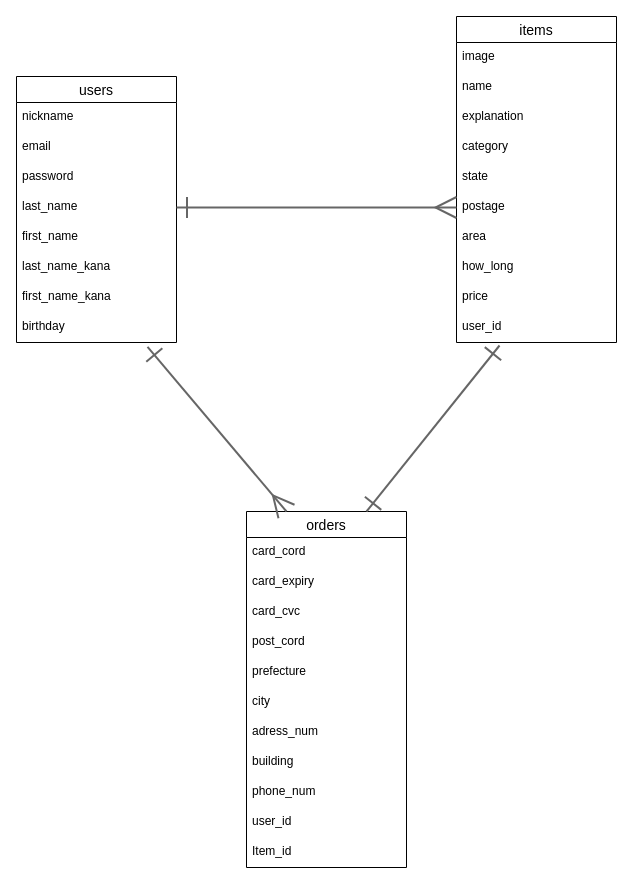
Above: furima.dio in rikookazaki/furima-41582 (draw.io), before the change. Source tidied: cells renumbered, new cells numbered last; positions are measured from the earlier drawing's top-left corner, leaving out a move shared by most shapes. Both pictures are drawn from the tidied source at 100%, with x=0, y=0 at pixel (16, 16).
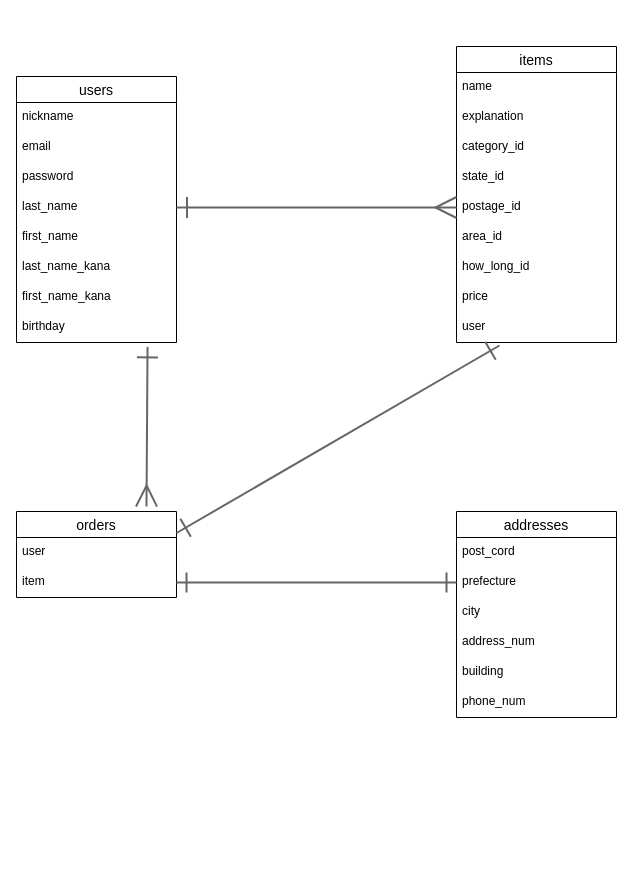
Above is the later version.

Commit message (it also covers changes not shown here):
ER図、README修正1

Unchanged cells that the change refers to:
```xml
<mxCell id="10" value="birthday" style="text;strokeColor=none;fillColor=none;spacingLeft=4;spacingRight=4;overflow=hidden;points=[[0,0.5],[1,0.5]];portConstraint=eastwest;fontSize=12;" parent="2" vertex="1">
  <mxGeometry y="236" width="160" height="30" as="geometry" />
</mxCell>
```

Change to the diagram source:
```diff
@@
     <mxCell id="11" value="items" style="swimlane;fontStyle=0;horizontal=1;startSize=26;align=center;fontSize=14;" parent="1" vertex="1">
-      <mxGeometry x="440" width="160" height="326" as="geometry" />
+      <mxGeometry x="440" y="30" width="160" height="296" as="geometry" />
     </mxCell>
-    <mxCell id="12" value="image" style="text;strokeColor=none;fillColor=none;spacingLeft=4;spacingRight=4;overflow=hidden;fontSize=12;" parent="11" vertex="1">
-      <mxGeometry y="26" width="160" height="30" as="geometry" />
-    </mxCell>
     <mxCell id="13" value="name" style="text;strokeColor=none;fillColor=none;spacingLeft=4;spacingRight=4;overflow=hidden;fontSize=12;" parent="11" vertex="1">
-      <mxGeometry y="56" width="160" height="30" as="geometry" />
+      <mxGeometry y="26" width="160" height="30" as="geometry" />
     </mxCell>
     <mxCell id="14" value="explanation" style="text;strokeColor=none;fillColor=none;spacingLeft=4;spacingRight=4;overflow=hidden;fontSize=12;" parent="11" vertex="1">
-      <mxGeometry y="86" width="160" height="30" as="geometry" />
+      <mxGeometry y="56" width="160" height="30" as="geometry" />
     </mxCell>
-    <mxCell id="15" value="category" style="text;strokeColor=none;fillColor=none;spacingLeft=4;spacingRight=4;overflow=hidden;fontSize=12;" parent="11" vertex="1">
-      <mxGeometry y="116" width="160" height="30" as="geometry" />
+    <mxCell id="15" value="category_id" style="text;strokeColor=none;fillColor=none;spacingLeft=4;spacingRight=4;overflow=hidden;fontSize=12;" parent="11" vertex="1">
+      <mxGeometry y="86" width="160" height="30" as="geometry" />
     </mxCell>
-    <mxCell id="16" value="state" style="text;strokeColor=none;fillColor=none;spacingLeft=4;spacingRight=4;overflow=hidden;fontSize=12;" parent="11" vertex="1">
-      <mxGeometry y="146" width="160" height="30" as="geometry" />
+    <mxCell id="16" value="state_id" style="text;strokeColor=none;fillColor=none;spacingLeft=4;spacingRight=4;overflow=hidden;fontSize=12;" parent="11" vertex="1">
+      <mxGeometry y="116" width="160" height="30" as="geometry" />
     </mxCell>
-    <mxCell id="17" value="postage" style="text;strokeColor=none;fillColor=none;spacingLeft=4;spacingRight=4;overflow=hidden;points=[[0,0.5],[1,0.5]];portConstraint=eastwest;fontSize=12;" parent="11" vertex="1">
-      <mxGeometry y="176" width="160" height="30" as="geometry" />
+    <mxCell id="17" value="postage_id" style="text;strokeColor=none;fillColor=none;spacingLeft=4;spacingRight=4;overflow=hidden;points=[[0,0.5],[1,0.5]];portConstraint=eastwest;fontSize=12;" parent="11" vertex="1">
+      <mxGeometry y="146" width="160" height="30" as="geometry" />
     </mxCell>
-    <mxCell id="18" value="area" style="text;strokeColor=none;fillColor=none;spacingLeft=4;spacingRight=4;overflow=hidden;fontSize=12;" parent="11" vertex="1">
-      <mxGeometry y="206" width="160" height="30" as="geometry" />
+    <mxCell id="18" value="area_id" style="text;strokeColor=none;fillColor=none;spacingLeft=4;spacingRight=4;overflow=hidden;fontSize=12;" parent="11" vertex="1">
+      <mxGeometry y="176" width="160" height="30" as="geometry" />
     </mxCell>
-    <mxCell id="19" value="how_long" style="text;strokeColor=none;fillColor=none;spacingLeft=4;spacingRight=4;overflow=hidden;fontSize=12;" parent="11" vertex="1">
-      <mxGeometry y="236" width="160" height="30" as="geometry" />
+    <mxCell id="19" value="how_long_id" style="text;strokeColor=none;fillColor=none;spacingLeft=4;spacingRight=4;overflow=hidden;fontSize=12;" parent="11" vertex="1">
+      <mxGeometry y="206" width="160" height="30" as="geometry" />
     </mxCell>
     <mxCell id="20" value="price" style="text;strokeColor=none;fillColor=none;spacingLeft=4;spacingRight=4;overflow=hidden;fontSize=12;" parent="11" vertex="1">
-      <mxGeometry y="266" width="160" height="30" as="geometry" />
+      <mxGeometry y="236" width="160" height="30" as="geometry" />
     </mxCell>
-    <mxCell id="21" value="user_id" style="text;strokeColor=none;fillColor=none;spacingLeft=4;spacingRight=4;overflow=hidden;points=[[0,0.5],[1,0.5]];portConstraint=eastwest;fontSize=12;" parent="11" vertex="1">
-      <mxGeometry y="296" width="160" height="30" as="geometry" />
+    <mxCell id="21" value="user" style="text;strokeColor=none;fillColor=none;spacingLeft=4;spacingRight=4;overflow=hidden;points=[[0,0.5],[1,0.5]];portConstraint=eastwest;fontSize=12;" parent="11" vertex="1">
+      <mxGeometry y="266" width="160" height="30" as="geometry" />
     </mxCell>
     <mxCell id="22" value="orders" style="swimlane;fontStyle=0;horizontal=1;startSize=26;align=center;fontSize=14;" parent="1" vertex="1">
-      <mxGeometry x="230" y="495" width="160" height="356" as="geometry" />
+      <mxGeometry y="495" width="160" height="86" as="geometry" />
     </mxCell>
-    <mxCell id="23" value="card_cord" style="text;strokeColor=none;fillColor=none;spacingLeft=4;spacingRight=4;overflow=hidden;fontSize=12;" parent="22" vertex="1">
-      <mxGeometry y="26" width="160" height="30" as="geometry" />
-    </mxCell>
-    <mxCell id="24" value="card_expiry" style="text;strokeColor=none;fillColor=none;spacingLeft=4;spacingRight=4;overflow=hidden;fontSize=12;" parent="22" vertex="1">
-      <mxGeometry y="56" width="160" height="30" as="geometry" />
-    </mxCell>
-    <mxCell id="25" value="card_cvc" style="text;strokeColor=none;fillColor=none;spacingLeft=4;spacingRight=4;overflow=hidden;fontSize=12;" parent="22" vertex="1">
-      <mxGeometry y="86" width="160" height="30" as="geometry" />
-    </mxCell>
-    <mxCell id="26" value="post_cord" style="text;strokeColor=none;fillColor=none;spacingLeft=4;spacingRight=4;overflow=hidden;fontSize=12;" parent="22" vertex="1">
-      <mxGeometry y="116" width="160" height="30" as="geometry" />
-    </mxCell>
-    <mxCell id="27" value="prefecture" style="text;strokeColor=none;fillColor=none;spacingLeft=4;spacingRight=4;overflow=hidden;points=[[0,0.5],[1,0.5]];portConstraint=eastwest;fontSize=12;" parent="22" vertex="1">
-      <mxGeometry y="146" width="160" height="30" as="geometry" />
-    </mxCell>
-    <mxCell id="28" value="city" style="text;strokeColor=none;fillColor=none;spacingLeft=4;spacingRight=4;overflow=hidden;fontSize=12;" parent="22" vertex="1">
-      <mxGeometry y="176" width="160" height="30" as="geometry" />
-    </mxCell>
-    <mxCell id="29" value="adress_num" style="text;strokeColor=none;fillColor=none;spacingLeft=4;spacingRight=4;overflow=hidden;fontSize=12;" parent="22" vertex="1">
-      <mxGeometry y="206" width="160" height="30" as="geometry" />
-    </mxCell>
-    <mxCell id="30" value="building" style="text;strokeColor=none;fillColor=none;spacingLeft=4;spacingRight=4;overflow=hidden;fontSize=12;" parent="22" vertex="1">
-      <mxGeometry y="236" width="160" height="30" as="geometry" />
-    </mxCell>
-    <mxCell id="31" value="phone_num" style="text;strokeColor=none;fillColor=none;spacingLeft=4;spacingRight=4;overflow=hidden;fontSize=12;" parent="22" vertex="1">
-      <mxGeometry y="266" width="160" height="30" as="geometry" />
-    </mxCell>
-    <mxCell id="32" value="user_id" style="text;strokeColor=none;fillColor=none;spacingLeft=4;spacingRight=4;overflow=hidden;fontSize=12;" parent="22" vertex="1">
-      <mxGeometry y="296" width="160" height="30" as="geometry" />
+    <mxCell id="32" value="user" style="text;strokeColor=none;fillColor=none;spacingLeft=4;spacingRight=4;overflow=hidden;fontSize=12;" parent="22" vertex="1">
+      <mxGeometry y="26" width="160" height="30" as="geometry" />
     </mxCell>
-    <mxCell id="33" value="Item_id" style="text;strokeColor=none;fillColor=none;spacingLeft=4;spacingRight=4;overflow=hidden;points=[[0,0.5],[1,0.5]];portConstraint=eastwest;fontSize=12;" parent="22" vertex="1">
-      <mxGeometry y="326" width="160" height="30" as="geometry" />
+    <mxCell id="33" value="item" style="text;strokeColor=none;fillColor=none;spacingLeft=4;spacingRight=4;overflow=hidden;points=[[0,0.5],[1,0.5]];portConstraint=eastwest;fontSize=12;" parent="22" vertex="1">
+      <mxGeometry y="56" width="160" height="30" as="geometry" />
     </mxCell>
@@
-    <mxCell id="35" style="edgeStyle=none;html=1;entryX=0.25;entryY=0;entryDx=0;entryDy=0;strokeWidth=2;startArrow=ERone;startFill=0;endArrow=ERmany;endFill=0;startSize=18;endSize=18;sourcePerimeterSpacing=0;targetPerimeterSpacing=0;exitX=0.819;exitY=1.147;exitDx=0;exitDy=0;exitPerimeter=0;fillColor=#f5f5f5;strokeColor=#666666;" parent="1" edge="1" source="10" target="22">
-      <mxGeometry relative="1" as="geometry" />
+    <mxCell id="35" style="edgeStyle=none;html=1;strokeWidth=2;startArrow=ERone;startFill=0;endArrow=ERmany;endFill=0;startSize=18;endSize=18;sourcePerimeterSpacing=0;targetPerimeterSpacing=0;exitX=0.819;exitY=1.147;exitDx=0;exitDy=0;exitPerimeter=0;fillColor=#f5f5f5;strokeColor=#666666;" parent="1" edge="1" source="10">
+      <mxGeometry relative="1" as="geometry">
+        <mxPoint x="130" y="490" as="targetPoint" />
+      </mxGeometry>
     </mxCell>
-    <mxCell id="36" style="edgeStyle=none;html=1;exitX=0.75;exitY=0;exitDx=0;exitDy=0;entryX=0.269;entryY=1.1;entryDx=0;entryDy=0;strokeWidth=2;startArrow=ERone;startFill=0;endArrow=ERone;endFill=0;startSize=18;endSize=18;sourcePerimeterSpacing=0;targetPerimeterSpacing=0;fillColor=#f5f5f5;strokeColor=#666666;entryPerimeter=0;rounded=1;" parent="1" edge="1" source="22" target="21">
+    <mxCell id="36" style="edgeStyle=none;html=1;exitX=1;exitY=0.25;exitDx=0;exitDy=0;entryX=0.269;entryY=1.1;entryDx=0;entryDy=0;strokeWidth=2;startArrow=ERone;startFill=0;endArrow=ERone;endFill=0;startSize=18;endSize=18;sourcePerimeterSpacing=0;targetPerimeterSpacing=0;fillColor=#f5f5f5;strokeColor=#666666;entryPerimeter=0;rounded=1;" parent="1" edge="1" source="22" target="21">
       <mxGeometry relative="1" as="geometry" />
     </mxCell>
+    <mxCell id="37" value="addresses" style="swimlane;fontStyle=0;horizontal=1;startSize=26;align=center;fontSize=14;" parent="1" vertex="1">
+      <mxGeometry x="440" y="495" width="160" height="206" as="geometry" />
+    </mxCell>
+    <mxCell id="26" value="post_cord" style="text;strokeColor=none;fillColor=none;spacingLeft=4;spacingRight=4;overflow=hidden;fontSize=12;" parent="37" vertex="1">
+      <mxGeometry y="26" width="160" height="30" as="geometry" />
+    </mxCell>
+    <mxCell id="27" value="prefecture" style="text;strokeColor=none;fillColor=none;spacingLeft=4;spacingRight=4;overflow=hidden;points=[[0,0.5],[1,0.5]];portConstraint=eastwest;fontSize=12;" parent="37" vertex="1">
+      <mxGeometry y="56" width="160" height="30" as="geometry" />
+    </mxCell>
+    <mxCell id="28" value="city" style="text;strokeColor=none;fillColor=none;spacingLeft=4;spacingRight=4;overflow=hidden;fontSize=12;" parent="37" vertex="1">
+      <mxGeometry y="86" width="160" height="30" as="geometry" />
+    </mxCell>
+    <mxCell id="38" value="address_num" style="text;strokeColor=none;fillColor=none;spacingLeft=4;spacingRight=4;overflow=hidden;fontSize=12;" parent="37" vertex="1">
+      <mxGeometry y="116" width="160" height="30" as="geometry" />
+    </mxCell>
+    <mxCell id="30" value="building" style="text;strokeColor=none;fillColor=none;spacingLeft=4;spacingRight=4;overflow=hidden;fontSize=12;" parent="37" vertex="1">
+      <mxGeometry y="146" width="160" height="30" as="geometry" />
+    </mxCell>
+    <mxCell id="31" value="phone_num" style="text;strokeColor=none;fillColor=none;spacingLeft=4;spacingRight=4;overflow=hidden;fontSize=12;" parent="37" vertex="1">
+      <mxGeometry y="176" width="160" height="30" as="geometry" />
+    </mxCell>
+    <mxCell id="39" style="edgeStyle=none;html=1;exitX=1;exitY=0.5;exitDx=0;exitDy=0;entryX=0;entryY=0.5;entryDx=0;entryDy=0;startArrow=ERone;startFill=0;endArrow=ERone;endFill=0;strokeWidth=2;fillColor=#f5f5f5;strokeColor=#666666;endSize=17;startSize=17;" parent="1" edge="1" source="33" target="27">
+      <mxGeometry relative="1" as="geometry" />
+    </mxCell>
```
